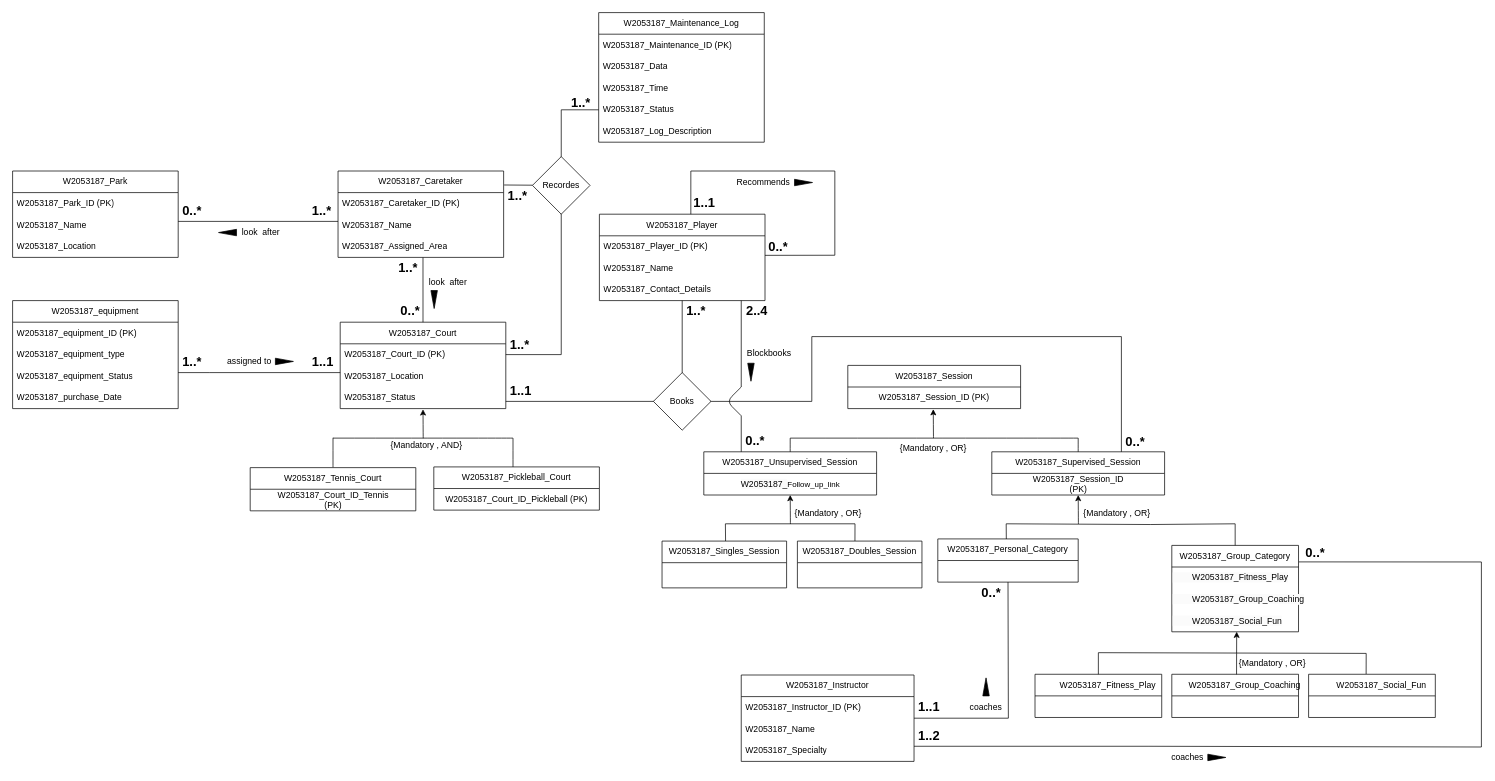
The draw.io diagram Actual_Diagram.drawio in ShenalSen/24_5COSC020_CWK, before the edit. Source tidied: cells renumbered, new cells numbered last; positions are measured from the earlier drawing's top-left corner, leaving out a move shared by most shapes. Both pictures are drawn from the tidied source at 72%, with x=0, y=0 at pixel (12, 12).
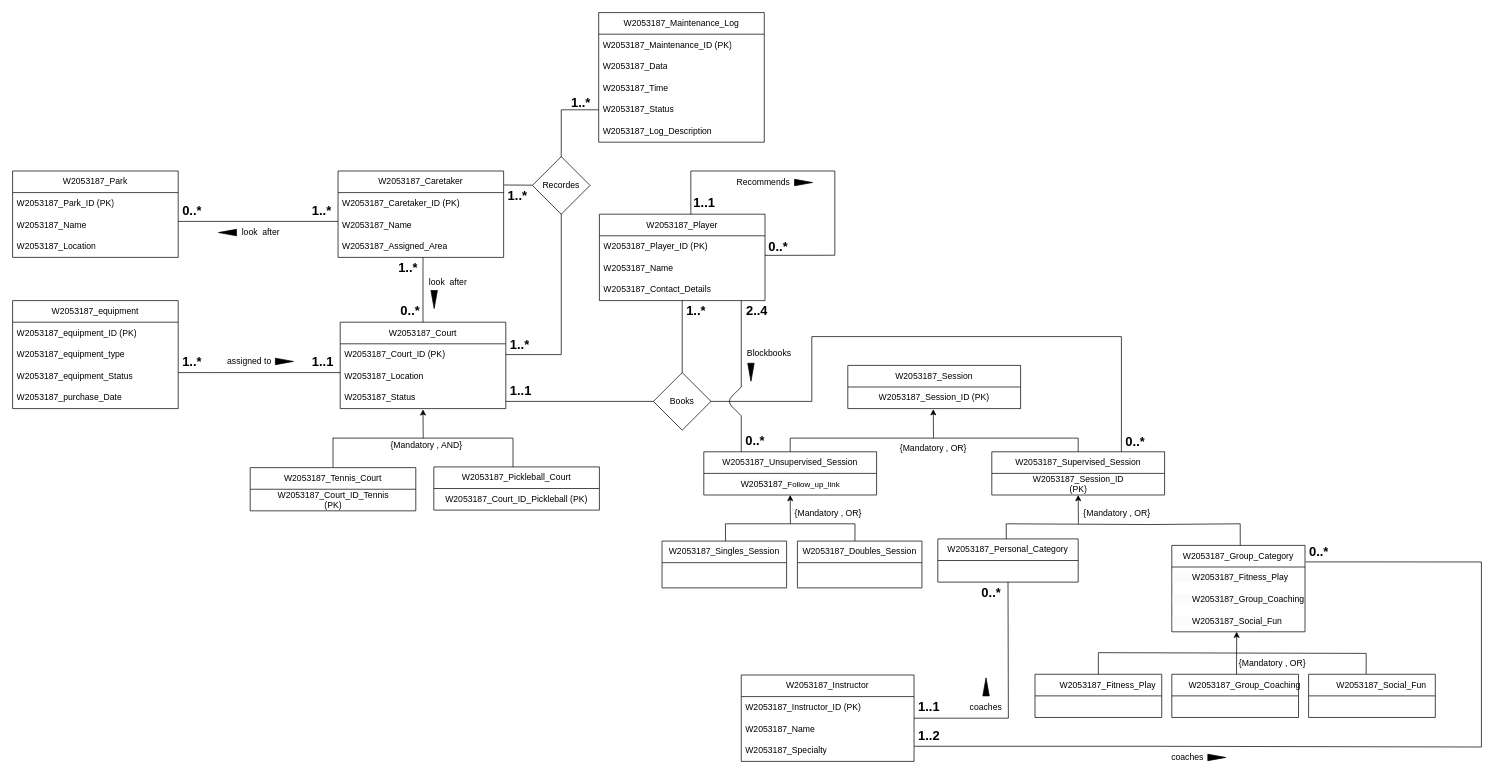
Above is the later version.

Diff of the diagram source:
```diff
@@
     <mxCell id="10" value="W2053187_Group_Category" style="swimlane;fontStyle=0;horizontal=1;startSize=30;whiteSpace=wrap;html=1;" parent="1" vertex="1">
-      <mxGeometry x="1610" y="740" width="176" height="120" as="geometry" />
+      <mxGeometry x="1610" y="740" width="185" height="120" as="geometry" />
     </mxCell>
     <mxCell id="11" value="&lt;span style=&quot;font-size: 12px; background-color: rgb(251, 251, 251);&quot;&gt;&lt;span style=&quot;white-space: pre;&quot;&gt;&#9;&lt;/span&gt;W2053187_Fitness_Play&lt;/span&gt;" style="text;html=1;align=left;verticalAlign=middle;whiteSpace=wrap;rounded=0;fontFamily=Helvetica;fontSize=11;fontColor=default;labelBackgroundColor=default;" parent="10" vertex="1">
-      <mxGeometry y="30" width="176" height="30" as="geometry" />
+      <mxGeometry y="30" width="185" height="30" as="geometry" />
     </mxCell>
     <mxCell id="12" value="&lt;span style=&quot;font-size: 12px; background-color: rgb(251, 251, 251);&quot;&gt;&lt;span style=&quot;white-space: pre;&quot;&gt;&#9;&lt;/span&gt;W2053187_Group_Coaching&lt;/span&gt;" style="text;html=1;align=left;verticalAlign=middle;whiteSpace=wrap;rounded=0;fontFamily=Helvetica;fontSize=11;fontColor=default;labelBackgroundColor=default;" parent="10" vertex="1">
-      <mxGeometry y="60" width="176" height="30" as="geometry" />
+      <mxGeometry y="60" width="185" height="30" as="geometry" />
     </mxCell>
     <mxCell id="13" value="&lt;span style=&quot;font-size: 12px; background-color: rgb(251, 251, 251);&quot;&gt;&lt;span style=&quot;white-space: pre;&quot;&gt;&#9;&lt;/span&gt;W2053187_Social_Fun&lt;/span&gt;" style="text;html=1;align=left;verticalAlign=middle;whiteSpace=wrap;rounded=0;fontFamily=Helvetica;fontSize=11;fontColor=default;labelBackgroundColor=default;" parent="10" vertex="1">
-      <mxGeometry y="90" width="176" height="30" as="geometry" />
+      <mxGeometry y="90" width="185" height="30" as="geometry" />
     </mxCell>
@@
-    <mxCell id="20" style="endArrow=none;html=1;rounded=0;strokeColor=default;align=center;verticalAlign=middle;fontFamily=Helvetica;fontSize=11;fontColor=default;labelBackgroundColor=default;curved=0;exitX=0.5;exitY=0;exitDx=0;exitDy=0;" parent="1" edge="1" source="10">
+    <mxCell id="20" style="endArrow=none;html=1;rounded=0;strokeColor=default;align=center;verticalAlign=middle;fontFamily=Helvetica;fontSize=11;fontColor=default;labelBackgroundColor=default;curved=0;exitX=0.514;exitY=0;exitDx=0;exitDy=0;exitPerimeter=0;" parent="1" edge="1" source="10">
       <mxGeometry relative="1" as="geometry">
         <mxPoint x="1580" y="711" as="targetPoint" />
         <Array as="points">
-          <mxPoint x="1698" y="710" />
+          <mxPoint x="1705" y="710" />
         </Array>
       </mxGeometry>
     </mxCell>
@@
     <mxCell id="101" value="&lt;b&gt;&lt;font style=&quot;font-size: 18px;&quot;&gt;0..*&lt;/font&gt;&lt;/b&gt;" style="text;strokeColor=none;fillColor=none;align=left;verticalAlign=middle;spacingLeft=4;spacingRight=4;overflow=hidden;whiteSpace=wrap;html=1;" parent="1" vertex="1">
-      <mxGeometry x="1790" y="736" width="50" height="30" as="geometry" />
+      <mxGeometry x="1795" y="734" width="50" height="30" as="geometry" />
     </mxCell>
```
